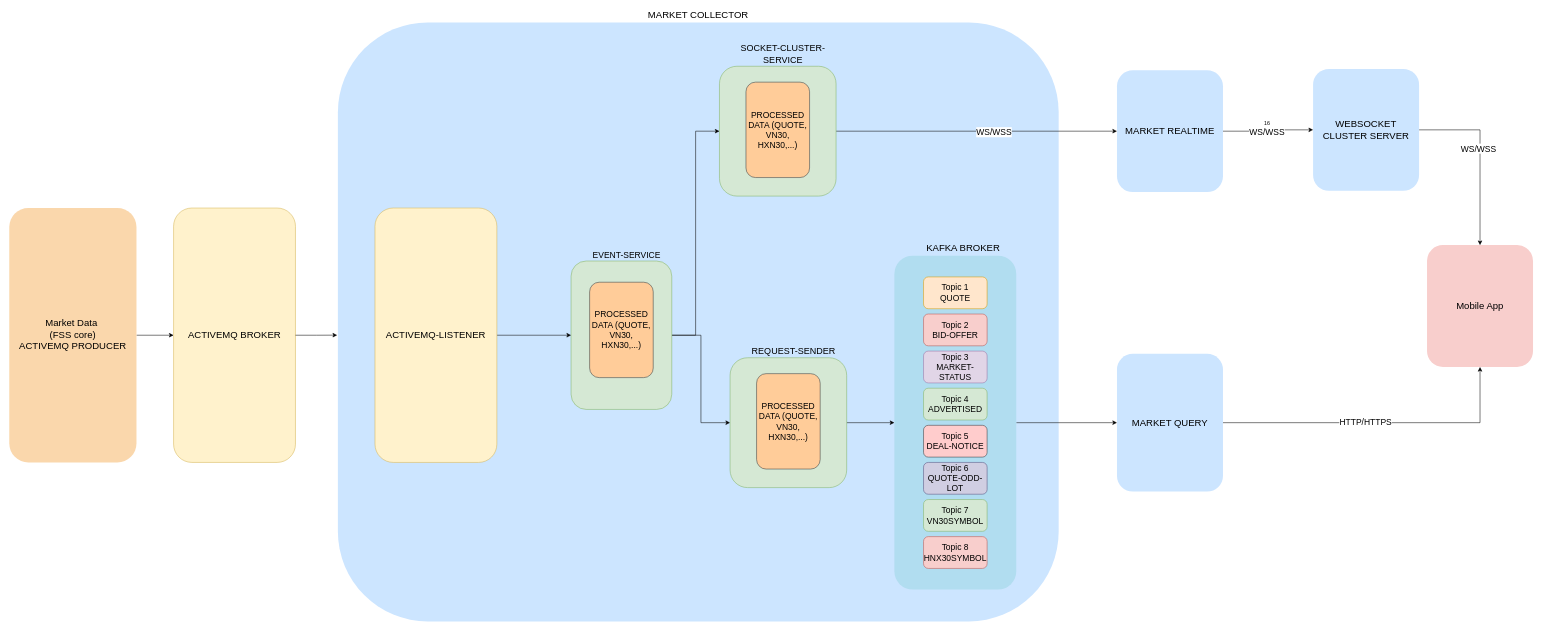
This is Untitled Diagram.drawio from tathiyennhi/softs-architecture, a draw.io file, before an edit. Source tidied: cells renumbered, new cells numbered last; positions are measured from the earlier drawing's top-left corner, leaving out a move shared by most shapes. Both pictures are drawn from the tidied source at 53%, with x=0, y=0 at pixel (9, 22).
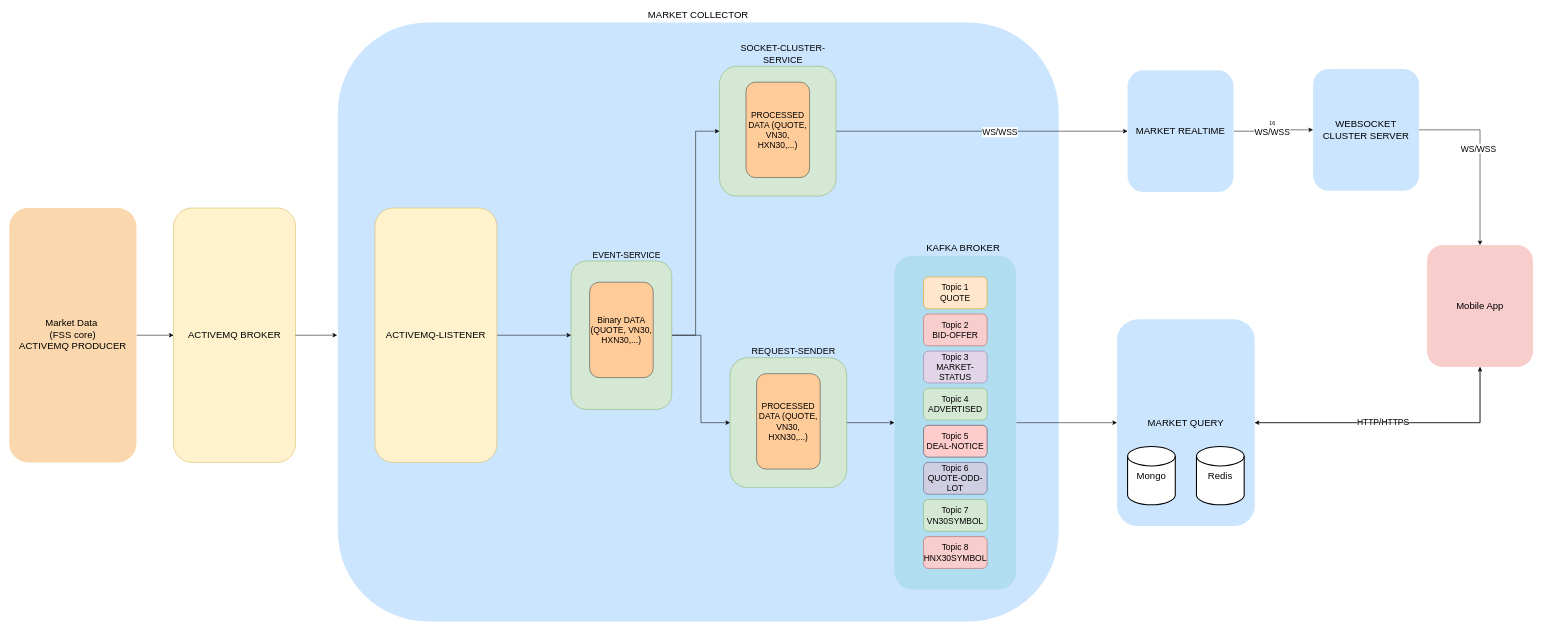
The same page after the edit.

Commit message:
add db snapshot to market query

The change refers to these unchanged cells:
```xml
<mxCell id="40" value="Mobile App" style="rounded=1;whiteSpace=wrap;html=1;fillColor=#f8cecc;strokeColor=none;fontSize=18;labelPosition=center;verticalLabelPosition=middle;align=center;verticalAlign=middle;" parent="1" vertex="1">
  <mxGeometry x="2675" y="420" width="200" height="230" as="geometry" />
</mxCell>
```

Change to the diagram source:
```diff
@@
-    <mxCell id="24" value="PROCESSED DATA (QUOTE, VN30, HXN30,...)" style="rounded=1;whiteSpace=wrap;html=1;fillColor=#ffcc99;strokeColor=#36393d;fontSize=16;" parent="1" vertex="1">
+    <mxCell id="24" value="Binary DATA (QUOTE, VN30, HXN30,...)" style="rounded=1;whiteSpace=wrap;html=1;fillColor=#ffcc99;strokeColor=#36393d;fontSize=16;" parent="1" vertex="1">
       <mxGeometry x="1095" y="490" width="120" height="180" as="geometry" />
     </mxCell>
@@
     <mxCell id="28" value="MARKET REALTIME" style="rounded=1;whiteSpace=wrap;html=1;fillColor=#cce5ff;strokeColor=none;fontSize=18;labelPosition=center;verticalLabelPosition=middle;align=center;verticalAlign=middle;" parent="1" vertex="1">
-      <mxGeometry x="2090" y="90" width="200" height="230" as="geometry" />
+      <mxGeometry x="2110" y="90" width="200" height="230" as="geometry" />
     </mxCell>
@@
     <mxCell id="31" value="MARKET QUERY" style="rounded=1;whiteSpace=wrap;html=1;fillColor=#cce5ff;strokeColor=none;fontSize=18;labelPosition=center;verticalLabelPosition=middle;align=center;verticalAlign=middle;" parent="1" vertex="1">
-      <mxGeometry x="2090" y="625" width="200" height="260" as="geometry" />
+      <mxGeometry x="2090" y="560" width="260" height="390" as="geometry" />
     </mxCell>
@@
+    <mxCell id="41" style="edgeStyle=orthogonalEdgeStyle;rounded=0;jettySize=auto;html=1;exitX=0.5;exitY=1;exitDx=0;exitDy=0;" parent="1" edge="1" source="40" target="31">
+      <mxGeometry relative="1" as="geometry" />
+    </mxCell>
@@
+    <mxCell id="42" value="&lt;font style=&quot;font-size: 18px;&quot;&gt;Mongo&lt;/font&gt;" style="strokeWidth=2;html=1;shape=mxgraph.flowchart.database;whiteSpace=wrap;" parent="1" vertex="1">
+      <mxGeometry x="2110" y="800" width="90" height="110" as="geometry" />
+    </mxCell>
+    <mxCell id="43" value="&lt;font style=&quot;font-size: 18px;&quot;&gt;Redis&lt;/font&gt;" style="strokeWidth=2;html=1;shape=mxgraph.flowchart.database;whiteSpace=wrap;" parent="1" vertex="1">
+      <mxGeometry x="2240" y="800" width="90" height="110" as="geometry" />
+    </mxCell>
```
